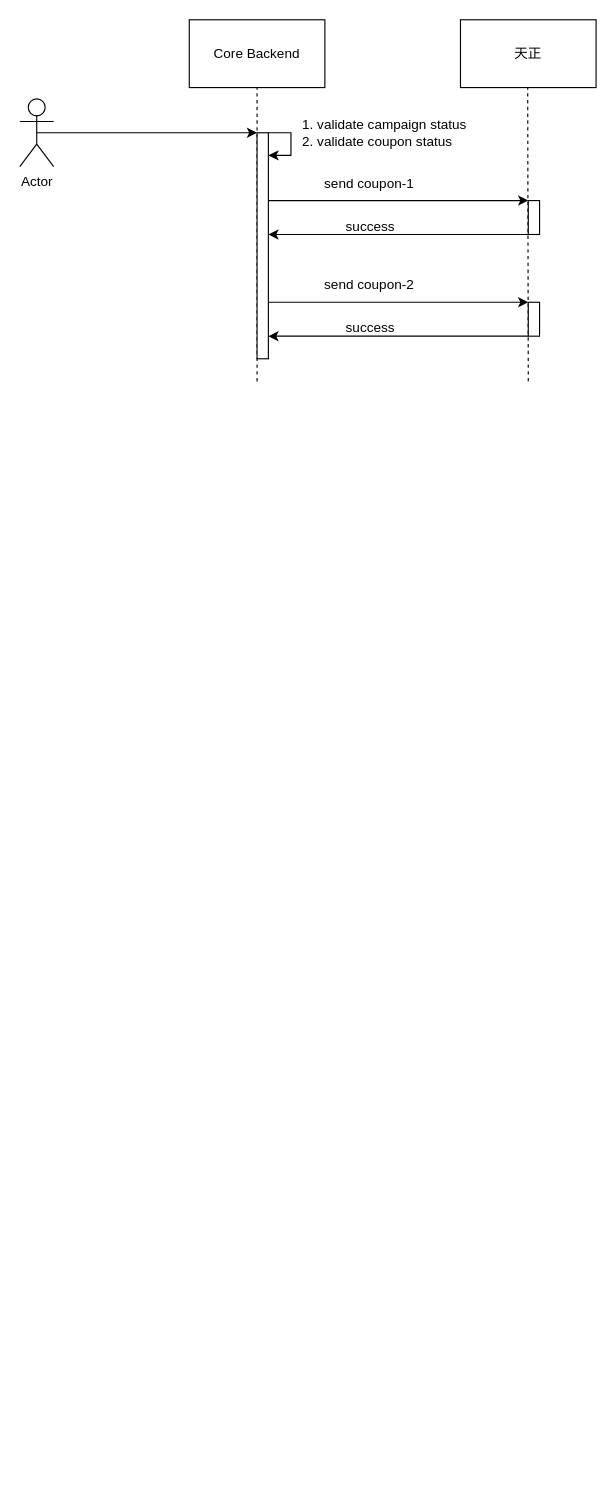
Before: VF/领券活动.drawio in yeahsyoung/diagram, a draw.io diagram. Source tidied: cells renumbered, new cells numbered last; positions are measured from the earlier drawing's top-left corner, leaving out a move shared by most shapes. Both pictures are drawn from the tidied source at 113%, with x=0, y=0 at pixel (19, 19).
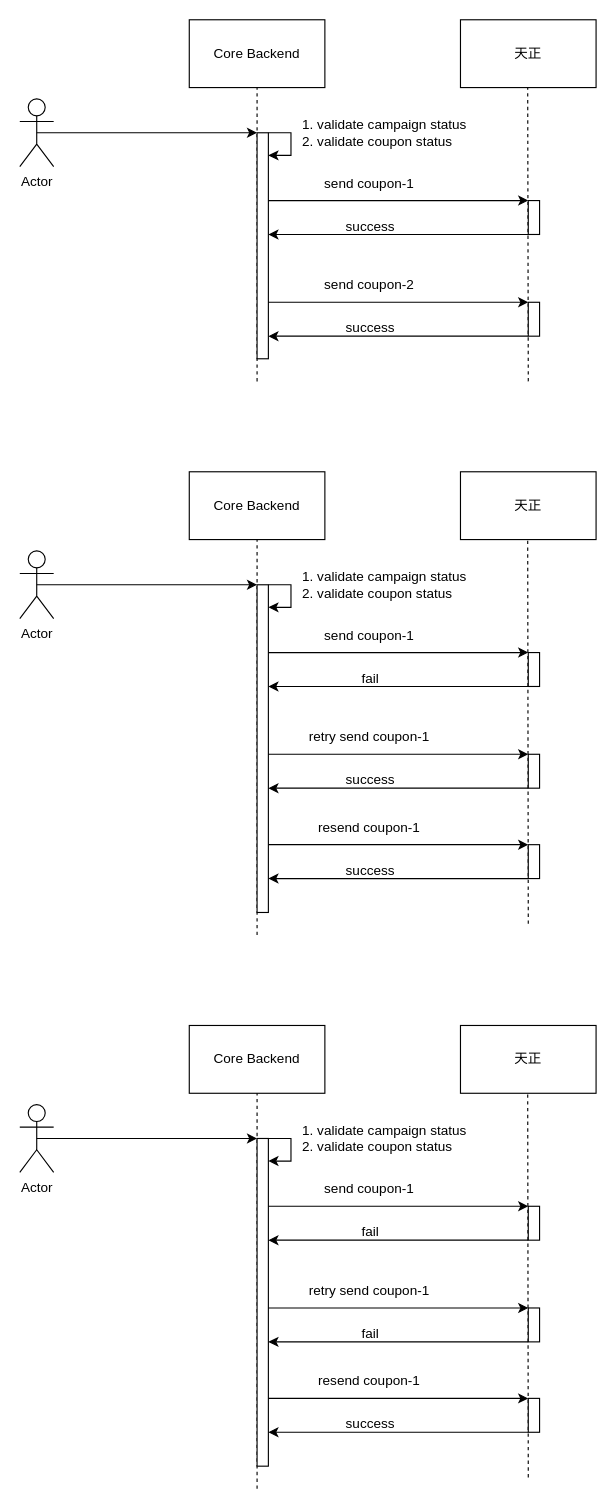
Above is the later version.

Commit message:
更新领券活动.drawio

The edit, as a diff of the source:
```diff
@@
+    <mxCell id="21" value="Actor" style="shape=umlActor;verticalLabelPosition=bottom;verticalAlign=top;html=1;outlineConnect=0;" parent="1" vertex="1">
+      <mxGeometry y="470" width="30" height="60" as="geometry" />
+    </mxCell>
+    <mxCell id="22" value="Core Backend" style="rounded=0;whiteSpace=wrap;html=1;" parent="1" vertex="1">
+      <mxGeometry x="150" y="400" width="120" height="60" as="geometry" />
+    </mxCell>
+    <mxCell id="23" value="天正" style="rounded=0;whiteSpace=wrap;html=1;" parent="1" vertex="1">
+      <mxGeometry x="390" y="400" width="120" height="60" as="geometry" />
+    </mxCell>
+    <mxCell id="24" style="endArrow=none;dashed=1;html=1;rounded=0;" parent="1" edge="1">
+      <mxGeometry relative="1" as="geometry">
+        <mxPoint x="210" y="810" as="sourcePoint" />
+        <mxPoint x="210" y="460" as="targetPoint" />
+      </mxGeometry>
+    </mxCell>
+    <mxCell id="25" style="endArrow=none;dashed=1;html=1;rounded=0;" parent="1" edge="1">
+      <mxGeometry relative="1" as="geometry">
+        <mxPoint x="450" y="800" as="sourcePoint" />
+        <mxPoint x="449.5" y="460" as="targetPoint" />
+      </mxGeometry>
+    </mxCell>
+    <mxCell id="26" style="endArrow=classic;html=1;rounded=0;exitX=0.5;exitY=0.5;exitDx=0;exitDy=0;exitPerimeter=0;" parent="1" edge="1" source="21">
+      <mxGeometry relative="1" as="geometry">
+        <mxPoint x="210" y="500" as="targetPoint" />
+      </mxGeometry>
+    </mxCell>
+    <mxCell id="27" style="rounded=0;whiteSpace=wrap;html=1;" parent="1" vertex="1">
+      <mxGeometry x="210" y="500" width="10" height="290" as="geometry" />
+    </mxCell>
+    <mxCell id="28" style="endArrow=classic;html=1;rounded=0;" parent="1" edge="1">
+      <mxGeometry relative="1" as="geometry">
+        <mxPoint x="220" y="500" as="sourcePoint" />
+        <mxPoint x="220" y="520" as="targetPoint" />
+        <Array as="points">
+          <mxPoint x="240" y="500" />
+          <mxPoint x="240" y="520" />
+        </Array>
+      </mxGeometry>
+    </mxCell>
+    <mxCell id="29" value="1. validate campaign status&lt;br&gt;&lt;div style=&quot;text-align: left;&quot;&gt;&lt;span style=&quot;background-color: initial;&quot;&gt;2. validate coupon status&lt;/span&gt;&lt;/div&gt;" style="text;html=1;strokeColor=none;fillColor=none;align=center;verticalAlign=middle;whiteSpace=wrap;rounded=0;" parent="1" vertex="1">
+      <mxGeometry x="240" y="470" width="166" height="60" as="geometry" />
+    </mxCell>
+    <mxCell id="30" style="endArrow=classic;html=1;rounded=0;exitX=0.5;exitY=0.5;exitDx=0;exitDy=0;exitPerimeter=0;" parent="1" edge="1">
+      <mxGeometry relative="1" as="geometry">
+        <mxPoint x="220" y="560" as="sourcePoint" />
+        <mxPoint x="450" y="560" as="targetPoint" />
+      </mxGeometry>
+    </mxCell>
+    <mxCell id="31" style="rounded=0;whiteSpace=wrap;html=1;" parent="1" vertex="1">
+      <mxGeometry x="450" y="560" width="10" height="30" as="geometry" />
+    </mxCell>
+    <mxCell id="32" value="send coupon-1" style="text;html=1;align=center;verticalAlign=middle;strokeColor=none;fillColor=none;" parent="1" vertex="1">
+      <mxGeometry x="259" y="530" width="100" height="30" as="geometry" />
+    </mxCell>
+    <mxCell id="33" style="endArrow=classic;html=1;rounded=0;exitX=0.5;exitY=0.5;exitDx=0;exitDy=0;exitPerimeter=0;" parent="1" edge="1">
+      <mxGeometry relative="1" as="geometry">
+        <mxPoint x="450" y="590" as="sourcePoint" />
+        <mxPoint x="220" y="590" as="targetPoint" />
+      </mxGeometry>
+    </mxCell>
+    <mxCell id="34" value="fail" style="text;html=1;align=center;verticalAlign=middle;strokeColor=none;fillColor=none;" parent="1" vertex="1">
+      <mxGeometry x="290" y="568" width="40" height="30" as="geometry" />
+    </mxCell>
+    <mxCell id="35" style="endArrow=classic;html=1;rounded=0;exitX=0.5;exitY=0.5;exitDx=0;exitDy=0;exitPerimeter=0;" parent="1" edge="1">
+      <mxGeometry relative="1" as="geometry">
+        <mxPoint x="220" y="650" as="sourcePoint" />
+        <mxPoint x="450" y="650" as="targetPoint" />
+      </mxGeometry>
+    </mxCell>
+    <mxCell id="36" value="retry send coupon-1" style="text;html=1;align=center;verticalAlign=middle;strokeColor=none;fillColor=none;" parent="1" vertex="1">
+      <mxGeometry x="244" y="620" width="130" height="30" as="geometry" />
+    </mxCell>
+    <mxCell id="37" style="endArrow=classic;html=1;rounded=0;exitX=0.5;exitY=0.5;exitDx=0;exitDy=0;exitPerimeter=0;" parent="1" edge="1">
+      <mxGeometry relative="1" as="geometry">
+        <mxPoint x="450" y="680" as="sourcePoint" />
+        <mxPoint x="220" y="680" as="targetPoint" />
+      </mxGeometry>
+    </mxCell>
+    <mxCell id="38" value="success" style="text;html=1;align=center;verticalAlign=middle;strokeColor=none;fillColor=none;" parent="1" vertex="1">
+      <mxGeometry x="275" y="658" width="70" height="30" as="geometry" />
+    </mxCell>
+    <mxCell id="39" style="rounded=0;whiteSpace=wrap;html=1;" parent="1" vertex="1">
+      <mxGeometry x="450" y="650" width="10" height="30" as="geometry" />
+    </mxCell>
+    <mxCell id="40" style="endArrow=classic;html=1;rounded=0;exitX=0.5;exitY=0.5;exitDx=0;exitDy=0;exitPerimeter=0;" parent="1" edge="1">
+      <mxGeometry relative="1" as="geometry">
+        <mxPoint x="220" y="730" as="sourcePoint" />
+        <mxPoint x="450" y="730" as="targetPoint" />
+      </mxGeometry>
+    </mxCell>
+    <mxCell id="41" value="resend coupon-1" style="text;html=1;align=center;verticalAlign=middle;strokeColor=none;fillColor=none;" parent="1" vertex="1">
+      <mxGeometry x="254" y="700" width="110" height="30" as="geometry" />
+    </mxCell>
+    <mxCell id="42" style="endArrow=classic;html=1;rounded=0;exitX=0.5;exitY=0.5;exitDx=0;exitDy=0;exitPerimeter=0;" parent="1" edge="1">
+      <mxGeometry relative="1" as="geometry">
+        <mxPoint x="450" y="760" as="sourcePoint" />
+        <mxPoint x="220" y="760" as="targetPoint" />
+      </mxGeometry>
+    </mxCell>
+    <mxCell id="43" value="success" style="text;html=1;align=center;verticalAlign=middle;strokeColor=none;fillColor=none;" parent="1" vertex="1">
+      <mxGeometry x="275" y="738" width="70" height="30" as="geometry" />
+    </mxCell>
+    <mxCell id="44" style="rounded=0;whiteSpace=wrap;html=1;" parent="1" vertex="1">
+      <mxGeometry x="450" y="730" width="10" height="30" as="geometry" />
+    </mxCell>
+    <mxCell id="45" value="Actor" style="shape=umlActor;verticalLabelPosition=bottom;verticalAlign=top;html=1;outlineConnect=0;" parent="1" vertex="1">
+      <mxGeometry y="960" width="30" height="60" as="geometry" />
+    </mxCell>
+    <mxCell id="46" value="Core Backend" style="rounded=0;whiteSpace=wrap;html=1;" parent="1" vertex="1">
+      <mxGeometry x="150" y="890" width="120" height="60" as="geometry" />
+    </mxCell>
+    <mxCell id="47" value="天正" style="rounded=0;whiteSpace=wrap;html=1;" parent="1" vertex="1">
+      <mxGeometry x="390" y="890" width="120" height="60" as="geometry" />
+    </mxCell>
+    <mxCell id="48" style="endArrow=none;dashed=1;html=1;rounded=0;" parent="1" edge="1">
+      <mxGeometry relative="1" as="geometry">
+        <mxPoint x="210" y="1300" as="sourcePoint" />
+        <mxPoint x="210" y="950" as="targetPoint" />
+      </mxGeometry>
+    </mxCell>
+    <mxCell id="49" style="endArrow=none;dashed=1;html=1;rounded=0;" parent="1" edge="1">
+      <mxGeometry relative="1" as="geometry">
+        <mxPoint x="450" y="1290" as="sourcePoint" />
+        <mxPoint x="449.5" y="950" as="targetPoint" />
+      </mxGeometry>
+    </mxCell>
+    <mxCell id="50" style="endArrow=classic;html=1;rounded=0;exitX=0.5;exitY=0.5;exitDx=0;exitDy=0;exitPerimeter=0;" parent="1" edge="1" source="45">
+      <mxGeometry relative="1" as="geometry">
+        <mxPoint x="210" y="990" as="targetPoint" />
+      </mxGeometry>
+    </mxCell>
+    <mxCell id="51" style="rounded=0;whiteSpace=wrap;html=1;" parent="1" vertex="1">
+      <mxGeometry x="210" y="990" width="10" height="290" as="geometry" />
+    </mxCell>
+    <mxCell id="52" style="endArrow=classic;html=1;rounded=0;" parent="1" edge="1">
+      <mxGeometry relative="1" as="geometry">
+        <mxPoint x="220" y="990" as="sourcePoint" />
+        <mxPoint x="220" y="1010" as="targetPoint" />
+        <Array as="points">
+          <mxPoint x="240" y="990" />
+          <mxPoint x="240" y="1010" />
+        </Array>
+      </mxGeometry>
+    </mxCell>
+    <mxCell id="53" value="1. validate campaign status&lt;br&gt;&lt;div style=&quot;text-align: left;&quot;&gt;&lt;span style=&quot;background-color: initial;&quot;&gt;2. validate coupon status&lt;/span&gt;&lt;/div&gt;" style="text;html=1;strokeColor=none;fillColor=none;align=center;verticalAlign=middle;whiteSpace=wrap;rounded=0;" parent="1" vertex="1">
+      <mxGeometry x="240" y="960" width="166" height="60" as="geometry" />
+    </mxCell>
+    <mxCell id="54" style="endArrow=classic;html=1;rounded=0;exitX=0.5;exitY=0.5;exitDx=0;exitDy=0;exitPerimeter=0;" parent="1" edge="1">
+      <mxGeometry relative="1" as="geometry">
+        <mxPoint x="220" y="1050" as="sourcePoint" />
+        <mxPoint x="450" y="1050" as="targetPoint" />
+      </mxGeometry>
+    </mxCell>
+    <mxCell id="55" style="rounded=0;whiteSpace=wrap;html=1;" parent="1" vertex="1">
+      <mxGeometry x="450" y="1050" width="10" height="30" as="geometry" />
+    </mxCell>
+    <mxCell id="56" value="send coupon-1" style="text;html=1;align=center;verticalAlign=middle;strokeColor=none;fillColor=none;" parent="1" vertex="1">
+      <mxGeometry x="259" y="1020" width="100" height="30" as="geometry" />
+    </mxCell>
+    <mxCell id="57" style="endArrow=classic;html=1;rounded=0;exitX=0.5;exitY=0.5;exitDx=0;exitDy=0;exitPerimeter=0;" parent="1" edge="1">
+      <mxGeometry relative="1" as="geometry">
+        <mxPoint x="450" y="1080" as="sourcePoint" />
+        <mxPoint x="220" y="1080" as="targetPoint" />
+      </mxGeometry>
+    </mxCell>
+    <mxCell id="58" value="fail" style="text;html=1;align=center;verticalAlign=middle;strokeColor=none;fillColor=none;" parent="1" vertex="1">
+      <mxGeometry x="290" y="1058" width="40" height="30" as="geometry" />
+    </mxCell>
+    <mxCell id="59" style="endArrow=classic;html=1;rounded=0;exitX=0.5;exitY=0.5;exitDx=0;exitDy=0;exitPerimeter=0;" parent="1" edge="1">
+      <mxGeometry relative="1" as="geometry">
+        <mxPoint x="220" y="1140" as="sourcePoint" />
+        <mxPoint x="450" y="1140" as="targetPoint" />
+      </mxGeometry>
+    </mxCell>
+    <mxCell id="60" value="retry send coupon-1" style="text;html=1;align=center;verticalAlign=middle;strokeColor=none;fillColor=none;" parent="1" vertex="1">
+      <mxGeometry x="244" y="1110" width="130" height="30" as="geometry" />
+    </mxCell>
+    <mxCell id="61" style="endArrow=classic;html=1;rounded=0;exitX=0.5;exitY=0.5;exitDx=0;exitDy=0;exitPerimeter=0;" parent="1" edge="1">
+      <mxGeometry relative="1" as="geometry">
+        <mxPoint x="450" y="1170" as="sourcePoint" />
+        <mxPoint x="220" y="1170" as="targetPoint" />
+      </mxGeometry>
+    </mxCell>
+    <mxCell id="62" value="fail" style="text;html=1;align=center;verticalAlign=middle;strokeColor=none;fillColor=none;" parent="1" vertex="1">
+      <mxGeometry x="290" y="1148" width="40" height="30" as="geometry" />
+    </mxCell>
+    <mxCell id="63" style="rounded=0;whiteSpace=wrap;html=1;" parent="1" vertex="1">
+      <mxGeometry x="450" y="1140" width="10" height="30" as="geometry" />
+    </mxCell>
+    <mxCell id="64" style="endArrow=classic;html=1;rounded=0;exitX=0.5;exitY=0.5;exitDx=0;exitDy=0;exitPerimeter=0;" parent="1" edge="1">
+      <mxGeometry relative="1" as="geometry">
+        <mxPoint x="220" y="1220" as="sourcePoint" />
+        <mxPoint x="450" y="1220" as="targetPoint" />
+      </mxGeometry>
+    </mxCell>
+    <mxCell id="65" value="resend coupon-1" style="text;html=1;align=center;verticalAlign=middle;strokeColor=none;fillColor=none;" parent="1" vertex="1">
+      <mxGeometry x="254" y="1190" width="110" height="30" as="geometry" />
+    </mxCell>
+    <mxCell id="66" style="endArrow=classic;html=1;rounded=0;exitX=0.5;exitY=0.5;exitDx=0;exitDy=0;exitPerimeter=0;" parent="1" edge="1">
+      <mxGeometry relative="1" as="geometry">
+        <mxPoint x="450" y="1250" as="sourcePoint" />
+        <mxPoint x="220" y="1250" as="targetPoint" />
+      </mxGeometry>
+    </mxCell>
+    <mxCell id="67" value="success" style="text;html=1;align=center;verticalAlign=middle;strokeColor=none;fillColor=none;" parent="1" vertex="1">
+      <mxGeometry x="275" y="1228" width="70" height="30" as="geometry" />
+    </mxCell>
+    <mxCell id="68" style="rounded=0;whiteSpace=wrap;html=1;" parent="1" vertex="1">
+      <mxGeometry x="450" y="1220" width="10" height="30" as="geometry" />
+    </mxCell>
```
